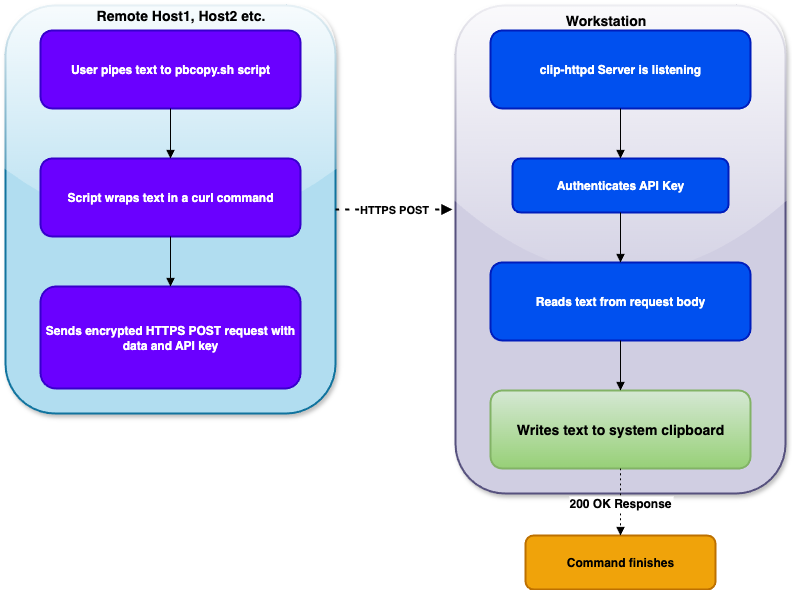
Above: images/clip-httpd-flow.drawio.png in muquit/clip-httpd (draw.io), before the change. Source tidied: cells renumbered, new cells last; positions are measured from the earlier drawing's top-left corner, leaving out a move shared by most shapes.
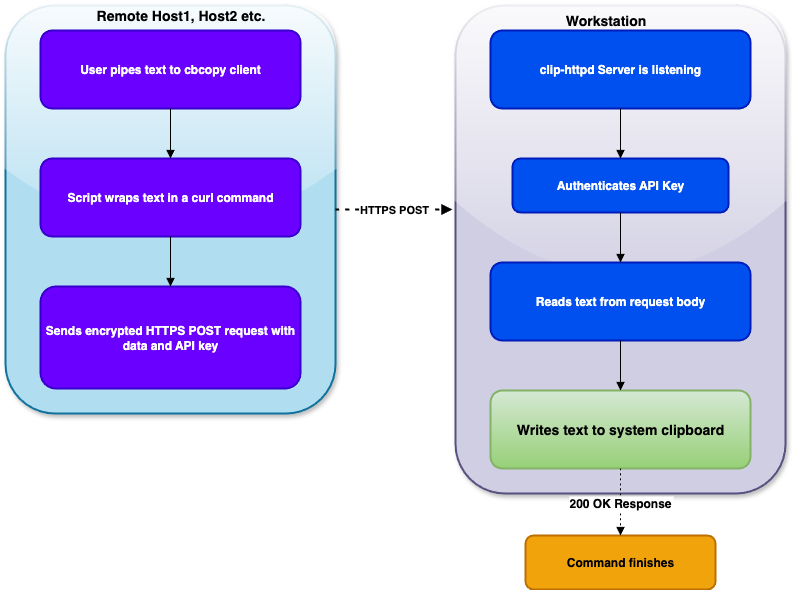
Later version of the same file.

Diff of the diagram source:
```diff
@@ -8,7 +8,7 @@
     <mxCell id="3" value="Remote Host" style="whiteSpace=wrap;strokeWidth=2;rounded=1;fillColor=#b1ddf0;strokeColor=#10739e;glass=1;shadow=1;" parent="1" vertex="1">
       <mxGeometry y="5" width="330" height="408" as="geometry" />
     </mxCell>
-    <mxCell id="4" value="User pipes text to pbcopy.sh script" style="whiteSpace=wrap;strokeWidth=2;rounded=1;fillColor=#6a00ff;fontColor=#ffffff;strokeColor=#3700CC;fontStyle=1;" parent="1" vertex="1">
+    <mxCell id="4" value="User pipes text to cbcopy client" style="whiteSpace=wrap;strokeWidth=2;rounded=1;fillColor=#6a00ff;fontColor=#ffffff;strokeColor=#3700CC;fontStyle=1;" parent="1" vertex="1">
       <mxGeometry x="35" y="30" width="260" height="78" as="geometry" />
     </mxCell>
     <mxCell id="5" value="Script wraps text in a curl command" style="whiteSpace=wrap;strokeWidth=2;rounded=1;fillColor=#6a00ff;fontColor=#ffffff;strokeColor=#3700CC;fontStyle=1;" parent="1" vertex="1">
```
